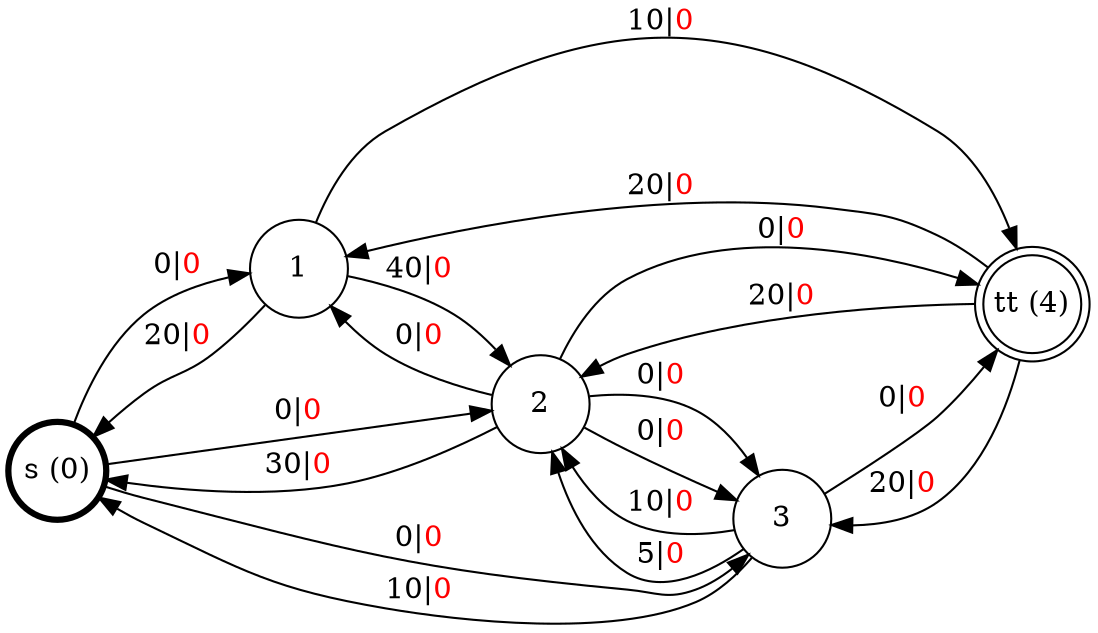
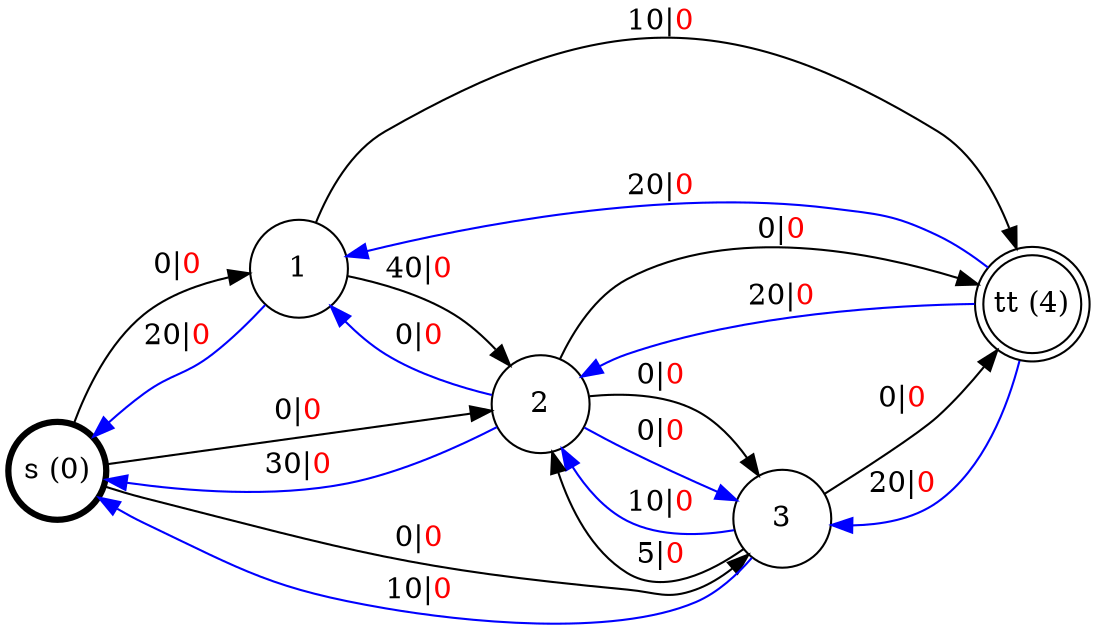
digraph G {
  rankdir=LR;
  node [shape=circle, width=0.65, height=0.65, fixedsize=true];
  0 [penwidth=3, color="black", label="s (0)"];
  4 [shape=doublecircle, label="tt (4)"];
-   0 -> 1 [label=<0|<font color='red'>0</font>>, shape=box];
-   0 -> 2 [label=<0|<font color='red'>0</font>>, shape=box];
-   0 -> 3 [label=<0|<font color='red'>0</font>>, shape=box];
-   1 -> 0 [label=<20|<font color='red'>0</font>>, shape=box];
-   1 -> 2 [label=<40|<font color='red'>0</font>>, shape=box];
-   1 -> 4 [label=<10|<font color='red'>0</font>>, shape=box];
-   2 -> 0 [label=<30|<font color='red'>0</font>>, shape=box];
-   2 -> 1 [label=<0|<font color='red'>0</font>>, shape=box];
-   2 -> 3 [label=<0|<font color='red'>0</font>>, shape=box];
-   2 -> 4 [label=<0|<font color='red'>0</font>>, shape=box];
-   2 -> 3 [label=<0|<font color='red'>0</font>>, shape=box];
-   3 -> 0 [label=<10|<font color='red'>0</font>>, shape=box];
-   3 -> 2 [label=<10|<font color='red'>0</font>>, shape=box];
-   3 -> 2 [label=<5|<font color='red'>0</font>>, shape=box];
-   3 -> 4 [label=<0|<font color='red'>0</font>>, shape=box];
-   4 -> 1 [label=<20|<font color='red'>0</font>>, shape=box];
-   4 -> 2 [label=<20|<font color='red'>0</font>>, shape=box];
-   4 -> 3 [label=<20|<font color='red'>0</font>>, shape=box];
+   0 -> 1 [label=<0|<font color='red'>0</font>>, shape=box, color="black"];
+   0 -> 2 [label=<0|<font color='red'>0</font>>, shape=box, color="black"];
+   0 -> 3 [label=<0|<font color='red'>0</font>>, shape=box, color="black"];
+   1 -> 0 [label=<20|<font color='red'>0</font>>, shape=box, color="blue"];
+   1 -> 2 [label=<40|<font color='red'>0</font>>, shape=box, color="black"];
+   1 -> 4 [label=<10|<font color='red'>0</font>>, shape=box, color="black"];
+   2 -> 0 [label=<30|<font color='red'>0</font>>, shape=box, color="blue"];
+   2 -> 1 [label=<0|<font color='red'>0</font>>, shape=box, color="blue"];
+   2 -> 3 [label=<0|<font color='red'>0</font>>, shape=box, color="black"];
+   2 -> 4 [label=<0|<font color='red'>0</font>>, shape=box, color="black"];
+   2 -> 3 [label=<0|<font color='red'>0</font>>, shape=box, color="blue"];
+   3 -> 0 [label=<10|<font color='red'>0</font>>, shape=box, color="blue"];
+   3 -> 2 [label=<10|<font color='red'>0</font>>, shape=box, color="blue"];
+   3 -> 2 [label=<5|<font color='red'>0</font>>, shape=box, color="black"];
+   3 -> 4 [label=<0|<font color='red'>0</font>>, shape=box, color="black"];
+   4 -> 1 [label=<20|<font color='red'>0</font>>, shape=box, color="blue"];
+   4 -> 2 [label=<20|<font color='red'>0</font>>, shape=box, color="blue"];
+   4 -> 3 [label=<20|<font color='red'>0</font>>, shape=box, color="blue"];
}